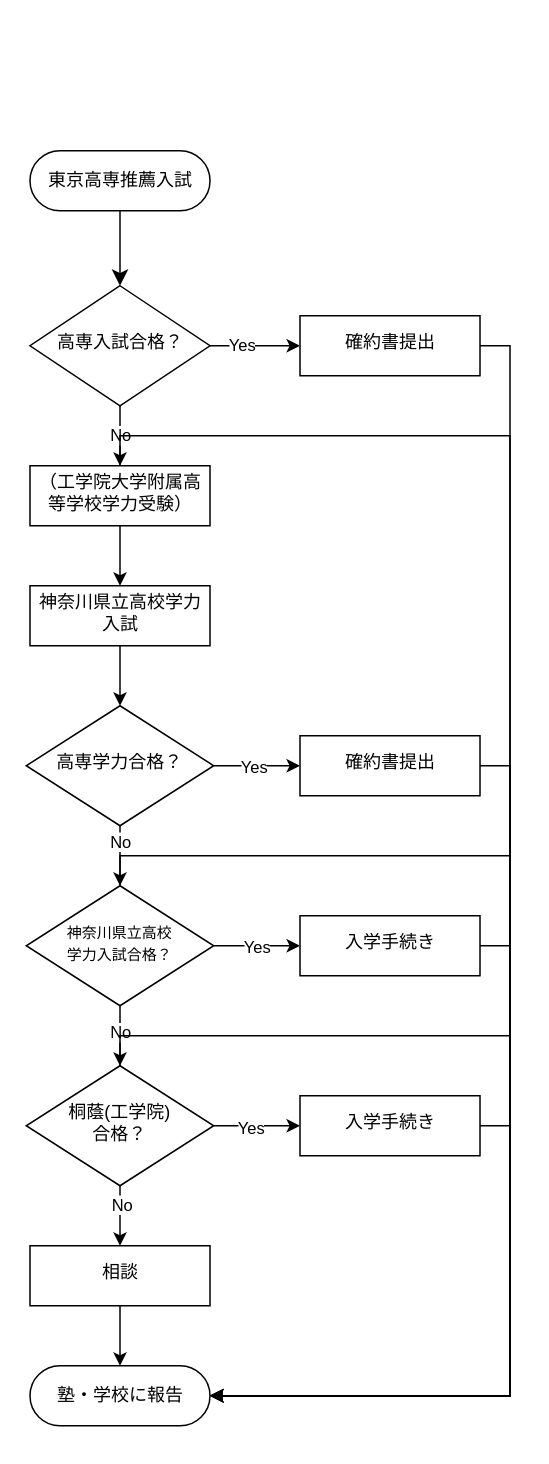
This is 名称未設定ファイル.drawio from hamatakuyaei/sampledemo, a draw.io file, before an edit. Source tidied: cells renumbered, new cells numbered last; positions are measured from the earlier drawing's top-left corner, leaving out a move shared by most shapes. Both pictures are drawn from the tidied source at 150%, with x=0, y=0 at pixel (26, 150).
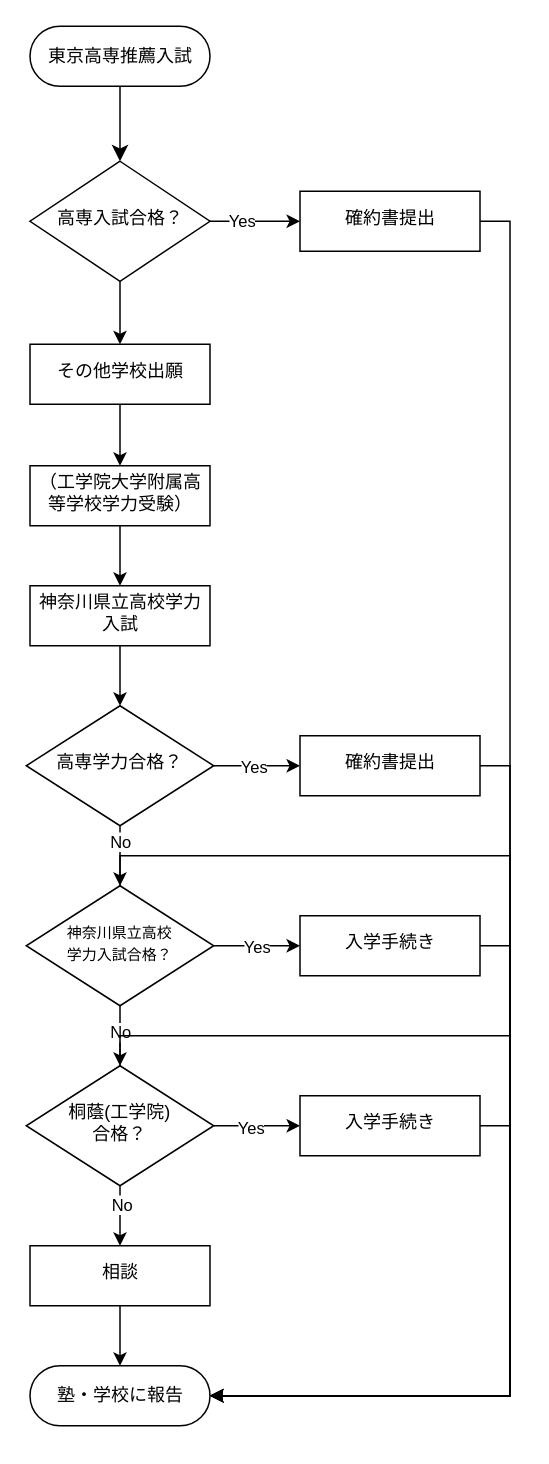
The same page after the edit.

Commit message (it also covers changes not shown here):
名称未設定ファイル.drawio を更新します

The change refers to these unchanged cells:
```xml
<mxCell id="11" value="（工学院大学附属高等学校学力受験）" style="whiteSpace=wrap;html=1;shadow=0;strokeWidth=1;spacing=6;spacingTop=-4;" parent="1" vertex="1">
  <mxGeometry x="2.5" y="210" width="120" height="40" as="geometry" />
</mxCell>
<mxCell id="41" value="塾・学校に報告" style="rounded=1;whiteSpace=wrap;html=1;arcSize=50;" parent="1" vertex="1">
  <mxGeometry x="2.5" y="810" width="120" height="40" as="geometry" />
</mxCell>
```

The edit, as a diff of the source:
```diff
@@
     <mxCell id="3" value="東京高専推薦入試" style="rounded=1;whiteSpace=wrap;html=1;fontSize=12;glass=0;strokeWidth=1;shadow=0;arcSize=50;" parent="1" vertex="1">
-      <mxGeometry x="2.5" width="120" height="40" as="geometry" />
+      <mxGeometry x="2.5" y="-83" width="120" height="40" as="geometry" />
     </mxCell>
-    <mxCell id="4" style="edgeStyle=orthogonalEdgeStyle;rounded=0;jettySize=auto;html=1;" parent="1" edge="1" source="8" target="11">
-      <mxGeometry relative="1" as="geometry" />
-    </mxCell>
-    <mxCell id="5" value="No" style="edgeLabel;html=1;align=center;verticalAlign=middle;" parent="4" vertex="1">
-      <mxGeometry x="-0.05" relative="1" as="geometry" />
-    </mxCell>
@@
+    <mxCell id="43" style="edgeStyle=orthogonalEdgeStyle;rounded=0;jettySize=auto;html=1;exitX=0.5;exitY=1;exitDx=0;exitDy=0;" parent="1" edge="1" source="8" target="45">
+      <mxGeometry relative="1" as="geometry" />
+    </mxCell>
     <mxCell id="8" value="高専入試合格？" style="rhombus;whiteSpace=wrap;html=1;shadow=0;fontFamily=Helvetica;fontSize=12;align=center;strokeWidth=1;spacing=6;spacingTop=-4;" parent="1" vertex="1">
-      <mxGeometry x="2.5" y="90" width="120" height="80" as="geometry" />
+      <mxGeometry x="2.5" y="7" width="120" height="80" as="geometry" />
     </mxCell>
@@
-    <mxCell id="10" style="edgeStyle=orthogonalEdgeStyle;rounded=0;jettySize=auto;html=1;exitX=0.5;exitY=0;exitDx=0;exitDy=0;entryX=1;entryY=0.5;entryDx=0;entryDy=0;" parent="1" edge="1" source="11" target="41">
-      <mxGeometry relative="1" as="geometry">
-        <Array as="points">
-          <mxPoint x="62.5" y="190" />
-          <mxPoint x="322.5" y="190" />
-          <mxPoint x="322.5" y="830" />
-        </Array>
-      </mxGeometry>
-    </mxCell>
@@
     <mxCell id="22" value="確約書提出" style="whiteSpace=wrap;html=1;shadow=0;strokeWidth=1;spacing=6;spacingTop=-4;" parent="1" vertex="1">
-      <mxGeometry x="182.5" y="110" width="120" height="40" as="geometry" />
+      <mxGeometry x="182.5" y="27" width="120" height="40" as="geometry" />
     </mxCell>
@@
+    <mxCell id="44" style="edgeStyle=orthogonalEdgeStyle;rounded=0;jettySize=auto;html=1;exitX=0.5;exitY=1;exitDx=0;exitDy=0;entryX=0.5;entryY=0;entryDx=0;entryDy=0;" parent="1" edge="1" source="45" target="11">
+      <mxGeometry relative="1" as="geometry" />
+    </mxCell>
+    <mxCell id="45" value="その他学校出願" style="whiteSpace=wrap;html=1;shadow=0;strokeWidth=1;spacing=6;spacingTop=-4;" parent="1" vertex="1">
+      <mxGeometry x="2.5" y="129" width="120" height="40" as="geometry" />
+    </mxCell>
```
